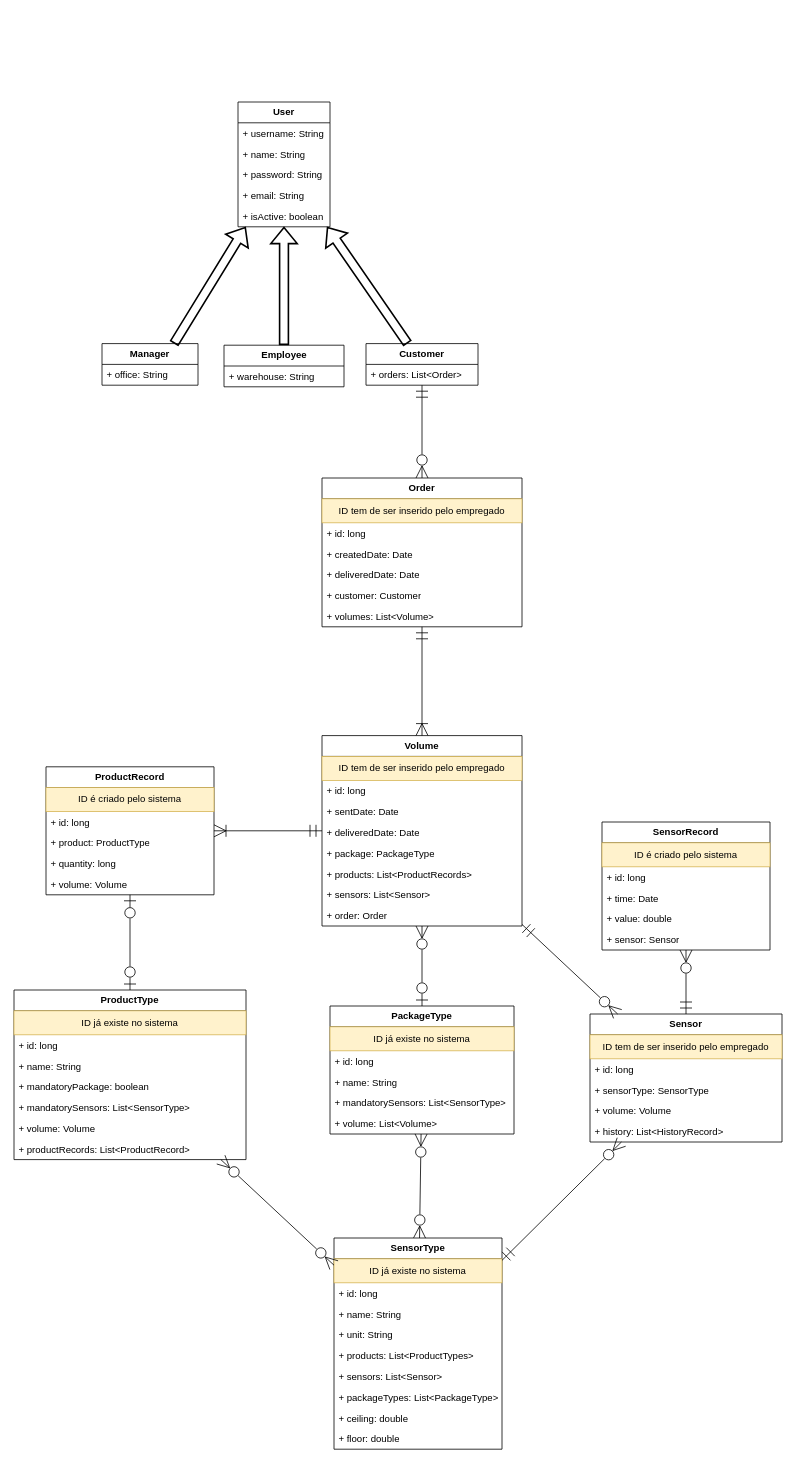
Before: ClassDiagramNew.drawio in joelsb/AppMonitor, a draw.io diagram. Source tidied: cells renumbered, new cells numbered last; positions are measured from the earlier drawing's top-left corner, leaving out a move shared by most shapes. Both pictures are drawn from the tidied source at 80%, with x=0, y=0 at pixel (14, 102).
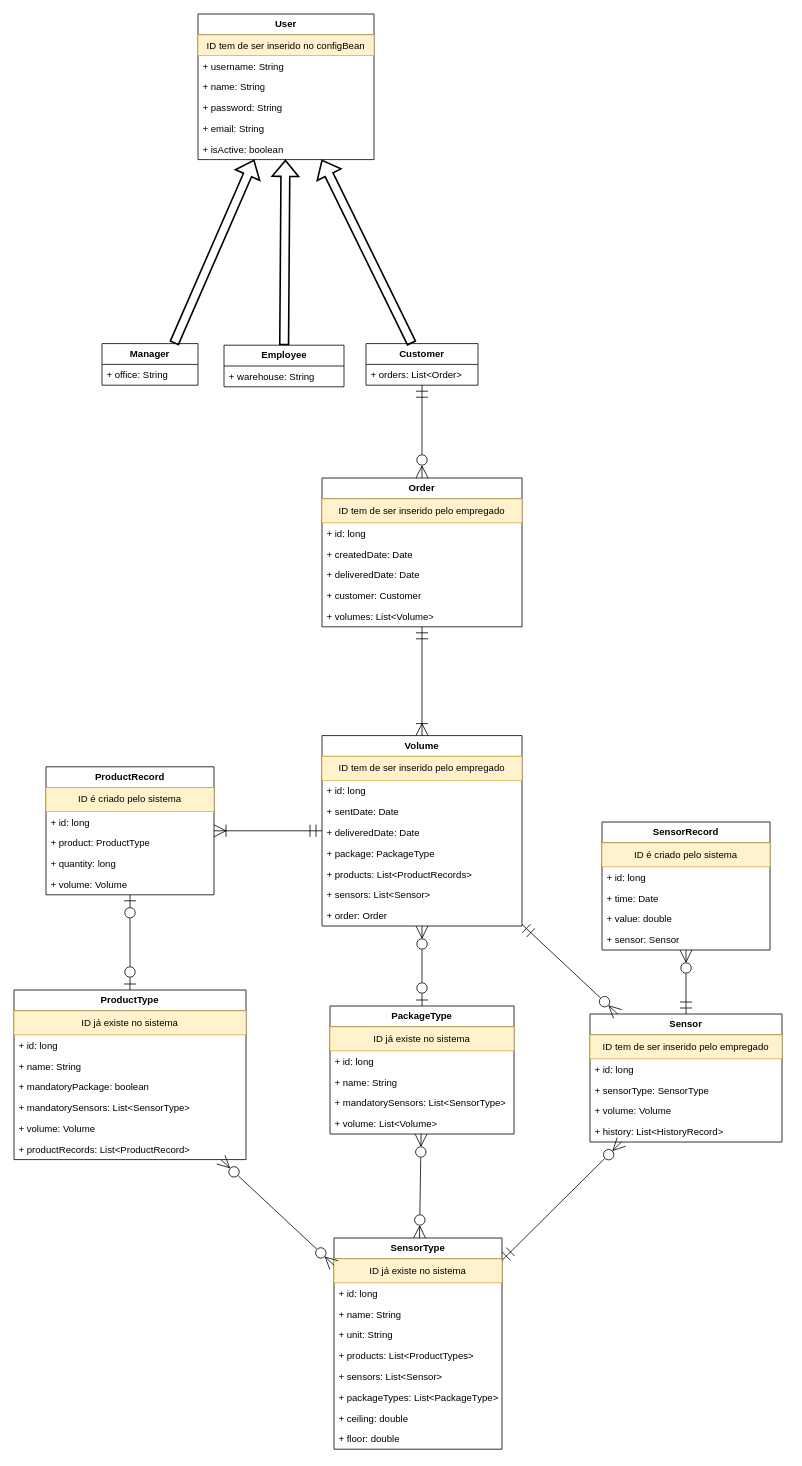
The same diagram, later.

What changed in the source:
```diff
@@
     <mxCell id="55" value="&lt;b&gt;User&lt;/b&gt;" style="swimlane;fontStyle=0;horizontal=1;startSize=26;fillColor=none;whiteSpace=wrap;html=1;" parent="1" vertex="1">
-      <mxGeometry x="280" width="115" height="156" as="geometry" />
+      <mxGeometry x="230" y="-110" width="220" height="182" as="geometry" />
     </mxCell>
+    <mxCell id="87" value="ID tem de ser inserido no configBean" style="text;strokeColor=#d6b656;fillColor=#fff2cc;align=center;verticalAlign=top;spacingLeft=4;spacingRight=4;overflow=hidden;whiteSpace=wrap;html=1;" parent="55" vertex="1">
+      <mxGeometry y="26" width="220" height="26" as="geometry" />
+    </mxCell>
     <mxCell id="56" value="+ username: String" style="text;strokeColor=none;fillColor=none;align=left;verticalAlign=top;spacingLeft=4;spacingRight=4;overflow=hidden;whiteSpace=wrap;html=1;" parent="55" vertex="1">
-      <mxGeometry y="26" width="115" height="26" as="geometry" />
+      <mxGeometry y="52" width="220" height="26" as="geometry" />
     </mxCell>
     <mxCell id="57" value="+ name: String" style="text;strokeColor=none;fillColor=none;align=left;verticalAlign=top;spacingLeft=4;spacingRight=4;overflow=hidden;whiteSpace=wrap;html=1;" parent="55" vertex="1">
-      <mxGeometry y="52" width="115" height="26" as="geometry" />
+      <mxGeometry y="78" width="220" height="26" as="geometry" />
     </mxCell>
     <mxCell id="58" value="+ password: String" style="text;strokeColor=none;fillColor=none;align=left;verticalAlign=top;spacingLeft=4;spacingRight=4;overflow=hidden;whiteSpace=wrap;html=1;" parent="55" vertex="1">
-      <mxGeometry y="78" width="115" height="26" as="geometry" />
+      <mxGeometry y="104" width="220" height="26" as="geometry" />
     </mxCell>
     <mxCell id="59" value="+ email: String" style="text;strokeColor=none;fillColor=none;align=left;verticalAlign=top;spacingLeft=4;spacingRight=4;overflow=hidden;whiteSpace=wrap;html=1;" parent="55" vertex="1">
-      <mxGeometry y="104" width="115" height="26" as="geometry" />
+      <mxGeometry y="130" width="220" height="26" as="geometry" />
     </mxCell>
     <mxCell id="60" value="+ isActive: boolean" style="text;strokeColor=none;fillColor=none;align=left;verticalAlign=top;spacingLeft=4;spacingRight=4;overflow=hidden;whiteSpace=wrap;html=1;" parent="55" vertex="1">
-      <mxGeometry y="130" width="115" height="26" as="geometry" />
+      <mxGeometry y="156" width="220" height="26" as="geometry" />
     </mxCell>
```
